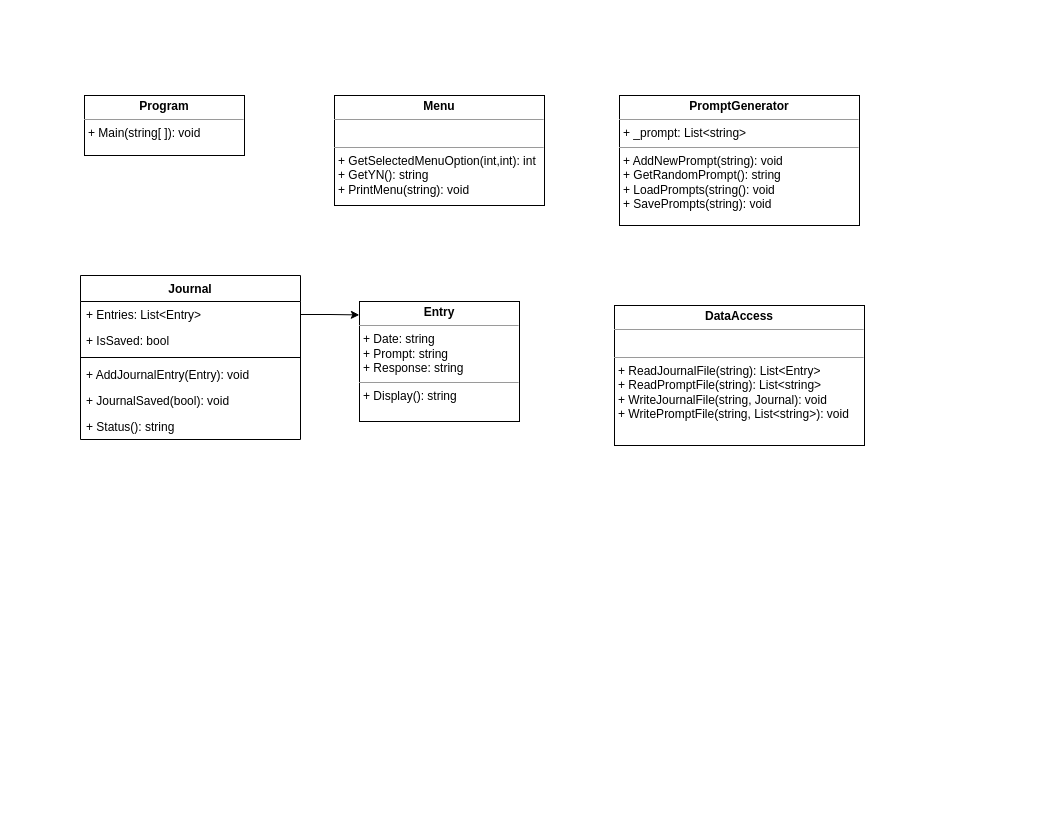
The draw.io diagram prove/Develop02/ClassDiagram.drawio in pdmostert/cse210-hw, before the edit. Source tidied: cells renumbered, new cells numbered last; positions are measured from the earlier drawing's top-left corner, leaving out a move shared by most shapes. Both pictures are drawn from the tidied source at 100%, with x=0, y=0 at pixel (80, 95).
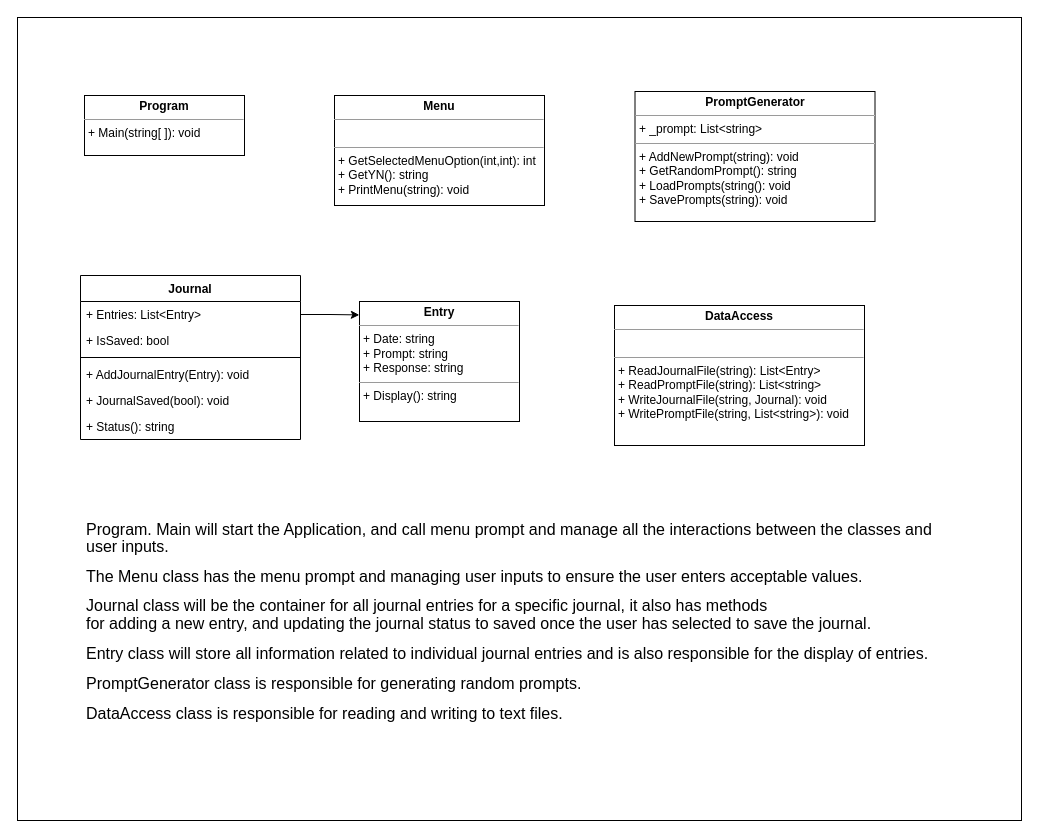
The same diagram, later.

Commit message (it also covers changes not shown here):
Refactored Menu Choice

Diff of the diagram source:
```diff
@@
 <mxGraphModel background="#ffffff">
   <root>
     <mxCell id="0" />
     <mxCell id="1" parent="0" />
+    <mxCell id="15" style="rounded=0;whiteSpace=wrap;html=1;fillColor=none;" parent="1" vertex="1">
+      <mxGeometry x="-63" y="-78" width="1004" height="803" as="geometry" />
+    </mxCell>
     <mxCell id="2" value="Journal" style="swimlane;fontStyle=1;align=center;verticalAlign=top;horizontal=1;startSize=26;labelBackgroundColor=default;" parent="1" vertex="1">
       <mxGeometry y="180" width="220" height="164" as="geometry" />
     </mxCell>
     <mxCell id="3" value="+ Entries: List&lt;Entry&gt;" style="text;strokeColor=none;fillColor=none;align=left;verticalAlign=top;spacingLeft=4;spacingRight=4;overflow=hidden;points=[[0,0.5],[1,0.5]];portConstraint=eastwest;labelBorderColor=none;labelBackgroundColor=default;" parent="2" vertex="1">
       <mxGeometry y="26" width="220" height="26" as="geometry" />
     </mxCell>
     <mxCell id="4" value="+ IsSaved: bool&#10;" style="text;strokeColor=none;fillColor=none;align=left;verticalAlign=top;spacingLeft=4;spacingRight=4;overflow=hidden;labelBackgroundColor=default;" parent="2" vertex="1">
       <mxGeometry y="52" width="220" height="26" as="geometry" />
     </mxCell>
     <mxCell id="5" style="line;strokeWidth=1;fillColor=none;align=left;verticalAlign=middle;spacingTop=-1;spacingLeft=3;spacingRight=3;labelPosition=right;" parent="2" vertex="1">
       <mxGeometry y="78" width="220" height="8" as="geometry" />
     </mxCell>
     <mxCell id="6" value="+ AddJournalEntry(Entry): void" style="text;strokeColor=none;fillColor=none;align=left;verticalAlign=top;spacingLeft=4;spacingRight=4;overflow=hidden;labelBackgroundColor=default;" parent="2" vertex="1">
       <mxGeometry y="86" width="220" height="26" as="geometry" />
     </mxCell>
     <mxCell id="7" value="+ JournalSaved(bool): void" style="text;strokeColor=none;fillColor=none;align=left;verticalAlign=top;spacingLeft=4;spacingRight=4;overflow=hidden;labelBackgroundColor=default;" parent="2" vertex="1">
       <mxGeometry y="112" width="220" height="26" as="geometry" />
     </mxCell>
     <mxCell id="8" value="+ Status(): string" style="text;strokeColor=none;fillColor=none;align=left;verticalAlign=top;spacingLeft=4;spacingRight=4;overflow=hidden;labelBackgroundColor=default;" parent="2" vertex="1">
       <mxGeometry y="138" width="220" height="26" as="geometry" />
     </mxCell>
     <mxCell id="9" value="&lt;p style=&quot;margin:0px;margin-top:4px;text-align:center;&quot;&gt;&lt;b&gt;Entry&lt;/b&gt;&lt;/p&gt;&lt;hr size=&quot;1&quot;&gt;&lt;p style=&quot;margin:0px;margin-left:4px;&quot;&gt;+ Date: string&lt;/p&gt;&lt;p style=&quot;margin:0px;margin-left:4px;&quot;&gt;+ Prompt: string&lt;br&gt;&lt;/p&gt;&lt;p style=&quot;margin:0px;margin-left:4px;&quot;&gt;+ Response: string&lt;/p&gt;&lt;hr size=&quot;1&quot;&gt;&lt;p style=&quot;margin:0px;margin-left:4px;&quot;&gt;+ Display(): string&lt;/p&gt;" style="verticalAlign=top;align=left;overflow=fill;fontSize=12;fontFamily=Helvetica;html=1;" parent="1" vertex="1">
       <mxGeometry x="279" y="206" width="160" height="120" as="geometry" />
     </mxCell>
     <mxCell id="10" style="edgeStyle=orthogonalEdgeStyle;rounded=0;jettySize=auto;html=1;entryX=-0.001;entryY=0.112;entryDx=0;entryDy=0;entryPerimeter=0;" parent="1" edge="1" source="3" target="9">
       <mxGeometry relative="1" as="geometry" />
     </mxCell>
     <mxCell id="11" value="&lt;p style=&quot;margin:0px;margin-top:4px;text-align:center;&quot;&gt;&lt;b&gt;PromptGenerator&lt;/b&gt;&lt;/p&gt;&lt;hr size=&quot;1&quot;&gt;&lt;p style=&quot;margin:0px;margin-left:4px;&quot;&gt;+ _prompt: List&amp;lt;string&amp;gt;&lt;/p&gt;&lt;hr size=&quot;1&quot;&gt;&lt;p style=&quot;margin:0px;margin-left:4px;&quot;&gt;+ AddNewPrompt(string): void&lt;/p&gt;&lt;p style=&quot;margin:0px;margin-left:4px;&quot;&gt;+ GetRandomPrompt(): string&lt;br&gt;&lt;/p&gt;&lt;p style=&quot;margin:0px;margin-left:4px;&quot;&gt;+ LoadPrompts(string(): void&lt;br&gt;&lt;/p&gt;&lt;p style=&quot;margin:0px;margin-left:4px;&quot;&gt;+ SavePrompts(string): void&lt;br&gt;&lt;/p&gt;&lt;p style=&quot;margin:0px;margin-left:4px;&quot;&gt;&lt;br&gt;&lt;/p&gt;" style="verticalAlign=top;align=left;overflow=fill;fontSize=12;fontFamily=Helvetica;html=1;" parent="1" vertex="1">
-      <mxGeometry x="539" width="240" height="130" as="geometry" />
+      <mxGeometry x="554.5" y="-4" width="240" height="130" as="geometry" />
     </mxCell>
     <mxCell id="12" value="&lt;p style=&quot;margin:0px;margin-top:4px;text-align:center;&quot;&gt;&lt;b&gt;Menu&lt;/b&gt;&lt;/p&gt;&lt;hr size=&quot;1&quot;&gt;&lt;p style=&quot;margin:0px;margin-left:4px;&quot;&gt;&lt;br&gt;&lt;/p&gt;&lt;hr size=&quot;1&quot;&gt;&lt;p style=&quot;margin:0px;margin-left:4px;&quot;&gt;+ GetSelectedMenuOption(int,int): int&lt;/p&gt;&lt;p style=&quot;margin:0px;margin-left:4px;&quot;&gt;&lt;span style=&quot;background-color: initial;&quot;&gt;+ GetYN(): string&lt;/span&gt;&lt;/p&gt;&lt;p style=&quot;margin:0px;margin-left:4px;&quot;&gt;+ PrintMenu(string): void&lt;br&gt;&lt;/p&gt;" style="verticalAlign=top;align=left;overflow=fill;fontSize=12;fontFamily=Helvetica;html=1;" parent="1" vertex="1">
       <mxGeometry x="254" width="210" height="110" as="geometry" />
     </mxCell>
     <mxCell id="13" value="&lt;p style=&quot;margin:0px;margin-top:4px;text-align:center;&quot;&gt;&lt;b&gt;DataAccess&lt;/b&gt;&lt;/p&gt;&lt;hr size=&quot;1&quot;&gt;&lt;p style=&quot;margin:0px;margin-left:4px;&quot;&gt;&lt;br&gt;&lt;/p&gt;&lt;hr size=&quot;1&quot;&gt;&lt;p style=&quot;margin:0px;margin-left:4px;&quot;&gt;+ ReadJournalFile(string): List&amp;lt;Entry&amp;gt;&lt;/p&gt;&lt;p style=&quot;margin:0px;margin-left:4px;&quot;&gt;+ ReadPromptFile(string): List&amp;lt;string&amp;gt;&lt;br&gt;&lt;/p&gt;&lt;p style=&quot;margin:0px;margin-left:4px;&quot;&gt;+ WriteJournalFile(string, Journal): void&lt;br&gt;&lt;/p&gt;&lt;p style=&quot;margin:0px;margin-left:4px;&quot;&gt;+ WritePromptFile(string, List&amp;lt;string&amp;gt;): void&lt;br&gt;&lt;/p&gt;" style="verticalAlign=top;align=left;overflow=fill;fontSize=12;fontFamily=Helvetica;html=1;" parent="1" vertex="1">
       <mxGeometry x="534" y="210" width="250" height="140" as="geometry" />
     </mxCell>
     <mxCell id="14" value="&lt;p style=&quot;margin:0px;margin-top:4px;text-align:center;&quot;&gt;&lt;b&gt;Program&lt;/b&gt;&lt;/p&gt;&lt;hr size=&quot;1&quot;&gt;&lt;p style=&quot;margin:0px;margin-left:4px;&quot;&gt;&lt;/p&gt;&lt;p style=&quot;margin:0px;margin-left:4px;&quot;&gt;+ Main(string[ ]): void&lt;/p&gt;" style="verticalAlign=top;align=left;overflow=fill;fontSize=12;fontFamily=Helvetica;html=1;" parent="1" vertex="1">
       <mxGeometry x="4" width="160" height="60" as="geometry" />
     </mxCell>
+    <mxCell id="16" value="&lt;p class=&quot;MsoNormal&quot;&gt;&lt;span style=&quot;font-size: 12pt; line-height: 107%; font-family: Helvetica, sans-serif; background-image: initial; background-position: initial; background-size: initial; background-repeat: initial; background-attachment: initial; background-origin: initial; background-clip: initial;&quot;&gt;Program. Main will start&amp;nbsp;the Application, and call menu prompt and manage all the interactions between&amp;nbsp;the classes and user inputs. &lt;/span&gt;&lt;/p&gt;&lt;p class=&quot;MsoNormal&quot;&gt;&lt;span style=&quot;font-size: 12pt; line-height: 107%; font-family: Helvetica, sans-serif; background-image: initial; background-position: initial; background-size: initial; background-repeat: initial; background-attachment: initial; background-origin: initial; background-clip: initial;&quot;&gt;The Menu class has the menu&amp;nbsp;prompt and managing user inputs to ensure the user enters acceptable values.&lt;/span&gt;&lt;/p&gt;&lt;p class=&quot;MsoNormal&quot;&gt;&lt;span style=&quot;font-size: 12pt; line-height: 107%; font-family: Helvetica, sans-serif; background-image: initial; background-position: initial; background-size: initial; background-repeat: initial; background-attachment: initial; background-origin: initial; background-clip: initial;&quot;&gt;Journal class will be&amp;nbsp;the container for all journal entries for a specific journal, it also has methods&lt;br&gt;for adding a new entry, and updating the journal status to saved once the user&amp;nbsp;has selected to save the journal.&lt;/span&gt;&lt;/p&gt;&lt;p class=&quot;MsoNormal&quot;&gt;&lt;span style=&quot;font-family: Helvetica, sans-serif; font-size: 12pt; background-color: initial;&quot;&gt;Entry class will store&amp;nbsp;&lt;/span&gt;&lt;span style=&quot;font-family: Helvetica, sans-serif; font-size: 12pt; background-color: initial;&quot;&gt;all information related to individual journal entries and is also responsible&amp;nbsp;&lt;/span&gt;&lt;span style=&quot;font-family: Helvetica, sans-serif; font-size: 12pt; background-color: initial;&quot;&gt;for the display of entries.&lt;/span&gt;&lt;/p&gt;&lt;p class=&quot;MsoNormal&quot;&gt;&lt;span style=&quot;font-size: 12pt; line-height: 107%; font-family: Helvetica, sans-serif; background-image: initial; background-position: initial; background-size: initial; background-repeat: initial; background-attachment: initial; background-origin: initial; background-clip: initial;&quot;&gt;PromptGenerator class is&amp;nbsp;responsible for generating random prompts. &lt;/span&gt;&lt;/p&gt;&lt;p class=&quot;MsoNormal&quot;&gt;&lt;span style=&quot;font-size: 12pt; line-height: 107%; font-family: Helvetica, sans-serif; background-image: initial; background-position: initial; background-size: initial; background-repeat: initial; background-attachment: initial; background-origin: initial; background-clip: initial;&quot;&gt;DataAccess class is responsible for reading and writing to text files.&lt;/span&gt;&lt;span style=&quot;font-size:12.0pt;line-height:107%&quot;&gt;&lt;/span&gt;&lt;/p&gt;" style="text;html=1;strokeColor=none;fillColor=none;align=left;verticalAlign=top;whiteSpace=wrap;rounded=0;" parent="1" vertex="1">
+      <mxGeometry x="4" y="407" width="854" height="284" as="geometry" />
+    </mxCell>
   </root>
 </mxGraphModel>
```
